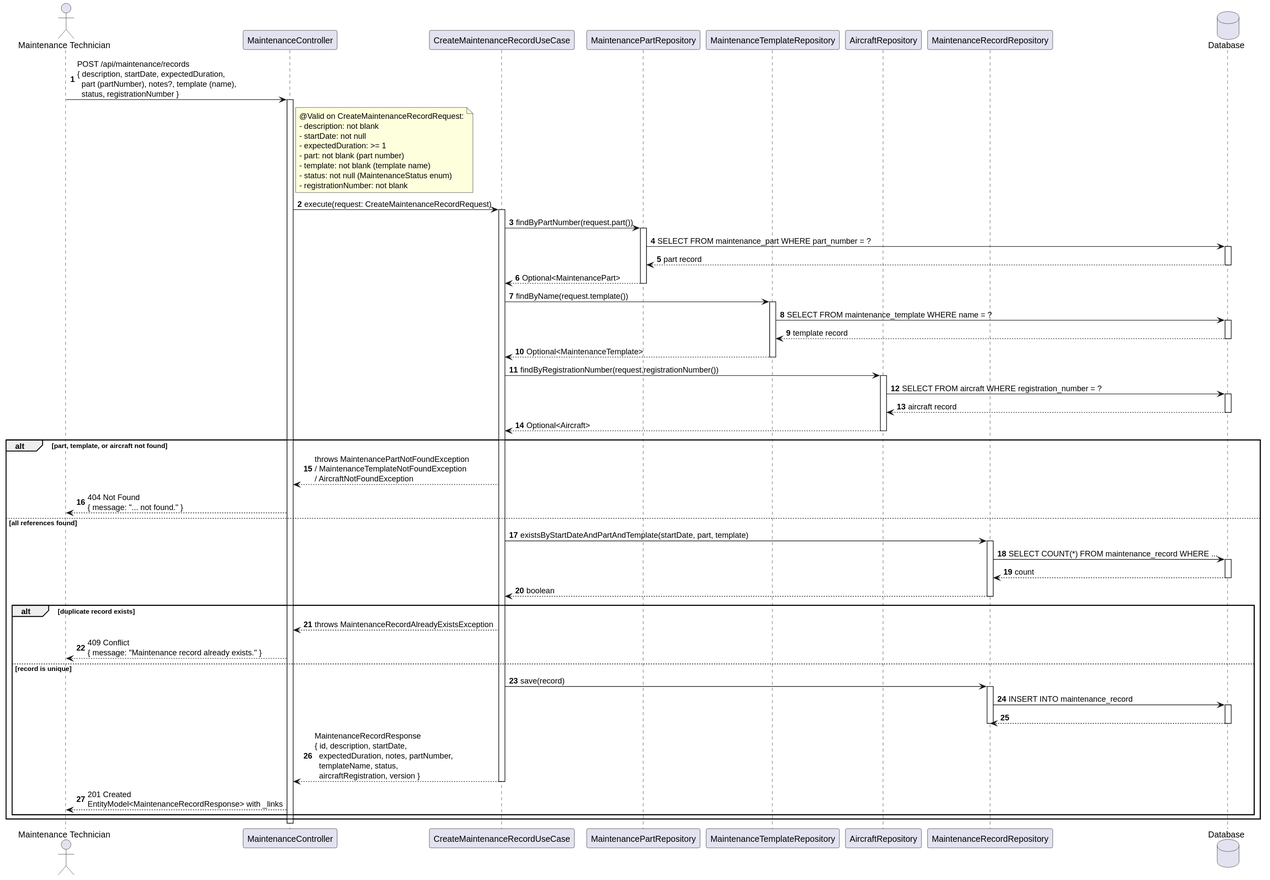
Above: docs/system-documentation/use-cases/WP4A/US115a/svg/sd_us115a.svg in VascoMagolo/psoft_1231562_1241692_1242036_2db (PlantUML), before the change.
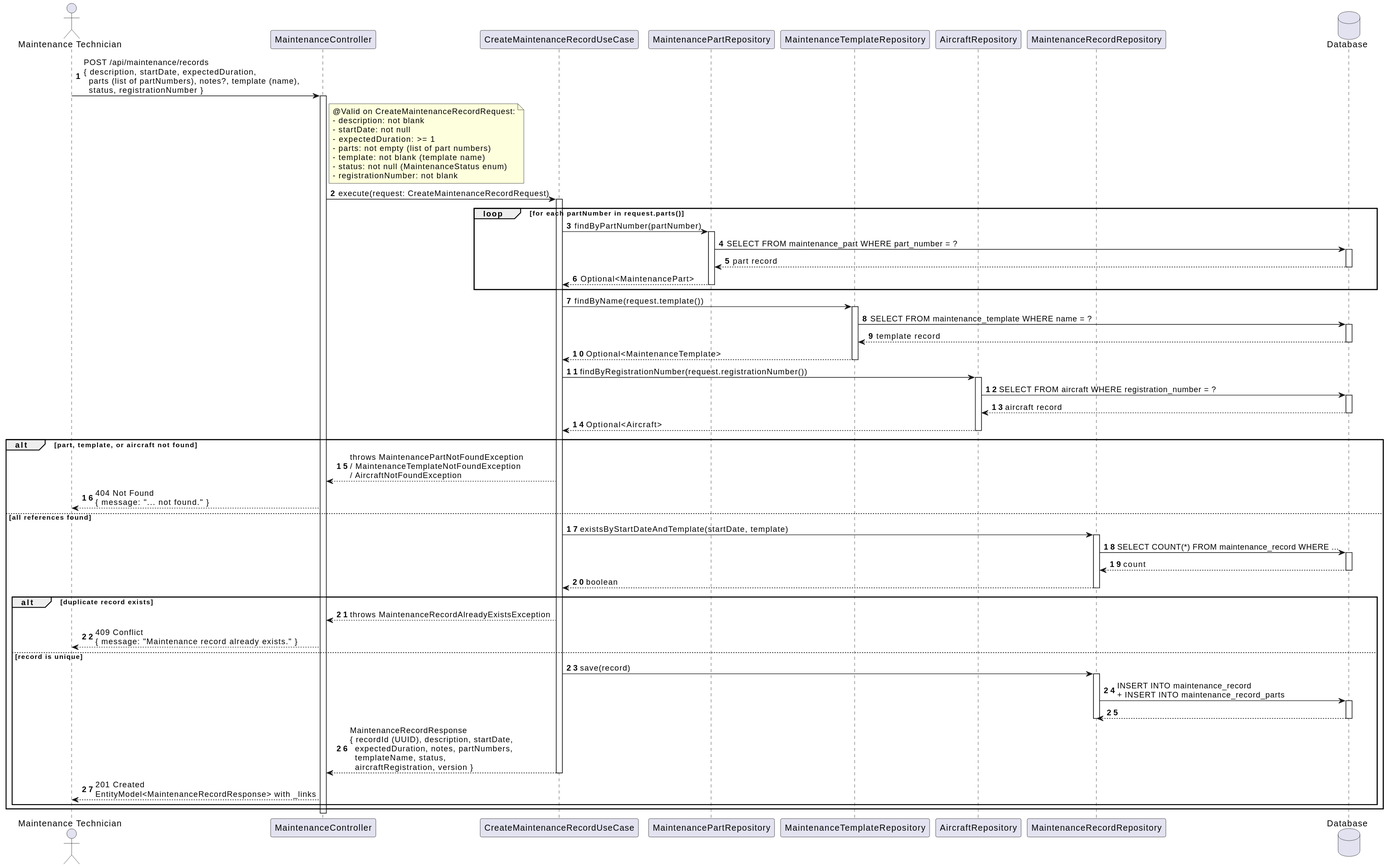
After the commit.

The edit, as a diff of the source:
```diff
@@ -9,7 +9,7 @@
 participant "MaintenanceRecordRepository" as Repo
 database "Database" as DB
 
-MT -> Ctrl : POST /api/maintenance/records\n{ description, startDate, expectedDuration,\n  part (partNumber), notes?, template (name),\n  status, registrationNumber }
+MT -> Ctrl : POST /api/maintenance/records\n{ description, startDate, expectedDuration,\n  parts (list of partNumbers), notes?, template (name),\n  status, registrationNumber }
 activate Ctrl
 
 note right of Ctrl
@@ -17,7 +17,7 @@
   - description: not blank
   - startDate: not null
   - expectedDuration: >= 1
-  - part: not blank (part number)
+  - parts: not empty (list of part numbers)
   - template: not blank (template name)
   - status: not null (MaintenanceStatus enum)
   - registrationNumber: not blank
@@ -26,14 +26,16 @@
 Ctrl -> UC : execute(request: CreateMaintenanceRecordRequest)
 activate UC
 
-UC -> PartRepo : findByPartNumber(request.part())
-activate PartRepo
-PartRepo -> DB : SELECT FROM maintenance_part WHERE part_number = ?
-activate DB
-DB --> PartRepo : part record
-deactivate DB
-PartRepo --> UC : Optional<MaintenancePart>
-deactivate PartRepo
+loop for each partNumber in request.parts()
+  UC -> PartRepo : findByPartNumber(partNumber)
+  activate PartRepo
+  PartRepo -> DB : SELECT FROM maintenance_part WHERE part_number = ?
+  activate DB
+  DB --> PartRepo : part record
+  deactivate DB
+  PartRepo --> UC : Optional<MaintenancePart>
+  deactivate PartRepo
+end
 
 UC -> TemplateRepo : findByName(request.template())
 activate TemplateRepo
@@ -57,7 +59,7 @@
   UC --> Ctrl : throws MaintenancePartNotFoundException\n/ MaintenanceTemplateNotFoundException\n/ AircraftNotFoundException
   Ctrl --> MT : 404 Not Found\n{ message: "... not found." }
 else all references found
-  UC -> Repo : existsByStartDateAndPartAndTemplate(startDate, part, template)
+  UC -> Repo : existsByStartDateAndTemplate(startDate, template)
   activate Repo
   Repo -> DB : SELECT COUNT(*) FROM maintenance_record WHERE ...
   activate DB
@@ -72,13 +74,13 @@
   else record is unique
     UC -> Repo : save(record)
     activate Repo
-    Repo -> DB : INSERT INTO maintenance_record
+    Repo -> DB : INSERT INTO maintenance_record\n+ INSERT INTO maintenance_record_parts
     activate DB
     DB --> Repo
     deactivate DB
     deactivate Repo
 
-    UC --> Ctrl : MaintenanceRecordResponse\n{ id, description, startDate,\n  expectedDuration, notes, partNumber,\n  templateName, status,\n  aircraftRegistration, version }
+    UC --> Ctrl : MaintenanceRecordResponse\n{ recordId (UUID), description, startDate,\n  expectedDuration, notes, partNumbers,\n  templateName, status,\n  aircraftRegistration, version }
     deactivate UC
     Ctrl --> MT : 201 Created\nEntityModel<MaintenanceRecordResponse> with _links
   end
```
